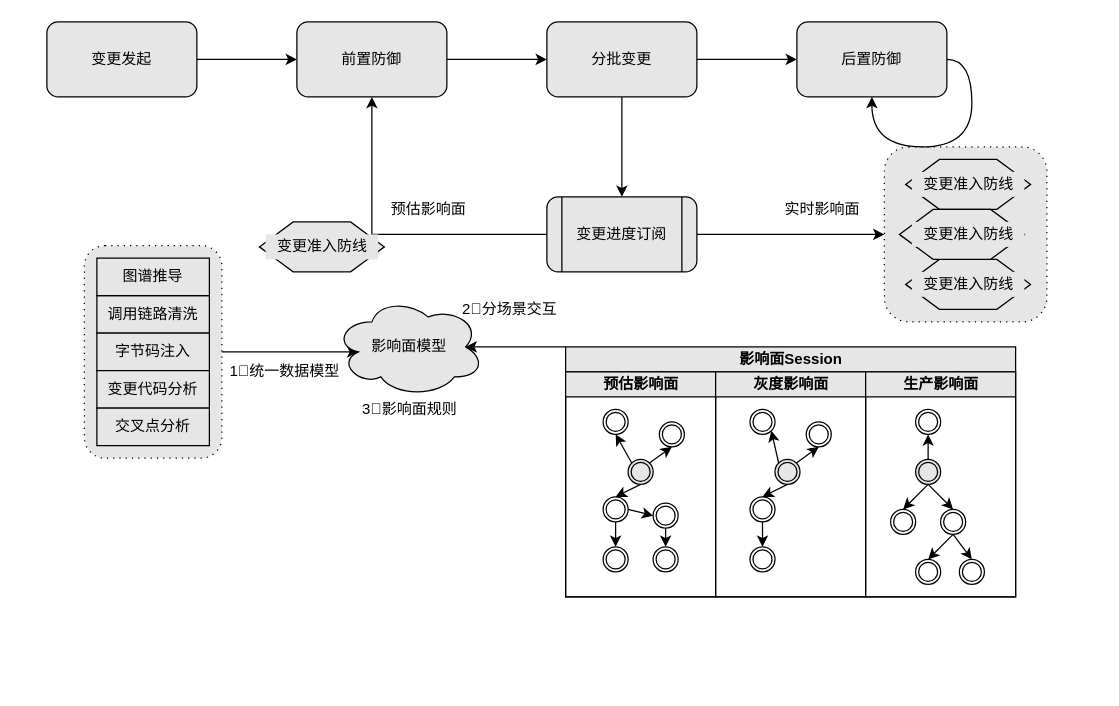
Earlier version of the draw.io diagram 蚂蚁金服/RMC/蚂蚁金服-RMC-[20200820]自动影响面.drawio (frankneu/draw.io). Source tidied: cells renumbered, new cells numbered last; positions are measured from the earlier drawing's top-left corner, leaving out a move shared by most shapes. Both pictures are drawn from the tidied source at 125%, with x=0, y=0 at pixel (46, 21).
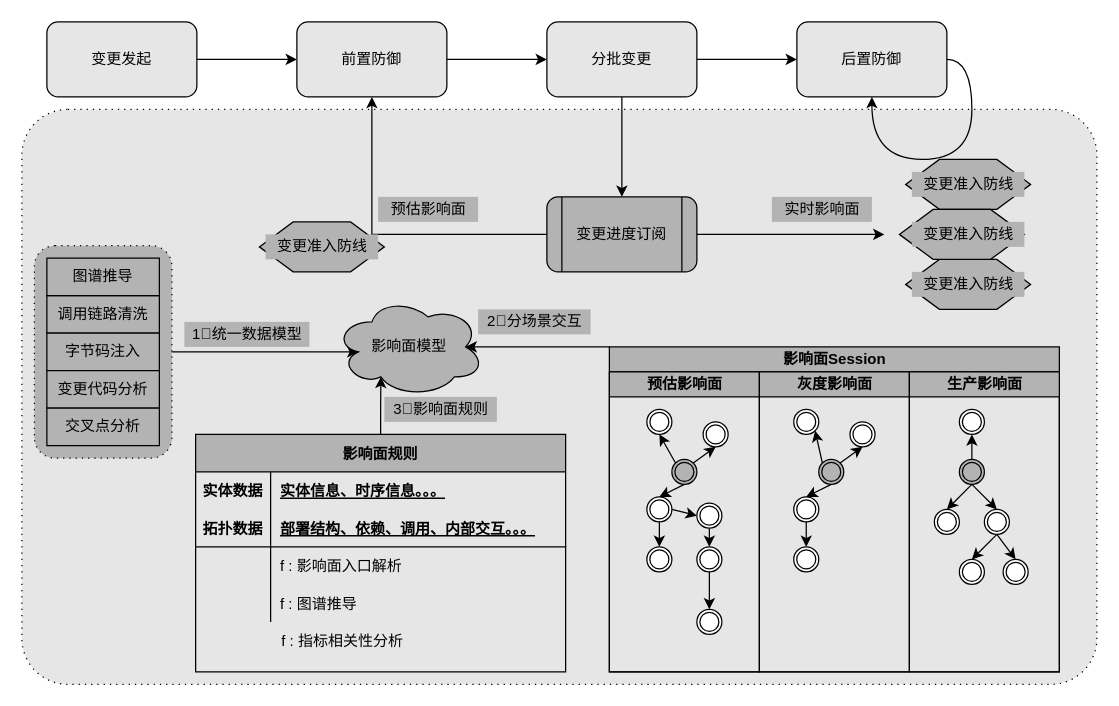
The same page after the edit.

Commit message (it also covers changes not shown here):
Update 蚂蚁金服-RMC-[20200820]自动影响面.drawio

The change refers to these unchanged cells:
```xml
<mxCell id="12" value="后置防御" style="rounded=1;whiteSpace=wrap;html=1;fillColor=#E6E6E6;" parent="1" vertex="1">
  <mxGeometry x="600" width="120" height="60" as="geometry" />
</mxCell>
<mxCell id="46" style="shape=mxgraph.bpmn.shape;html=1;verticalLabelPosition=bottom;labelBackgroundColor=#ffffff;verticalAlign=top;align=center;perimeter=ellipsePerimeter;outlineConnect=0;outline=throwing;symbol=general;fillColor=#FFFFFF;" parent="36" vertex="1">
  <mxGeometry x="70" y="140" width="20" height="20" as="geometry" />
</mxCell>
```

Change to the diagram source:
```diff
@@
+    <mxCell id="74" style="shape=ext;rounded=1;html=1;whiteSpace=wrap;dashed=1;dashPattern=1 4;fillColor=#E6E6E6;arcSize=8;" parent="1" vertex="1">
+      <mxGeometry x="-20" y="70" width="860" height="460" as="geometry" />
+    </mxCell>
-    <mxCell id="2" style="edgeStyle=orthogonalEdgeStyle;rounded=0;jettySize=auto;html=1;exitX=1;exitY=0.5;exitDx=0;exitDy=0;entryX=0.16;entryY=0.55;entryDx=0;entryDy=0;entryPerimeter=0;fillColor=#FFFFFF;" parent="1" edge="1" source="3" target="31">
+    <mxCell id="2" style="edgeStyle=orthogonalEdgeStyle;rounded=0;jettySize=auto;html=1;exitX=1;exitY=0.5;exitDx=0;exitDy=0;entryX=0.16;entryY=0.55;entryDx=0;entryDy=0;entryPerimeter=0;fillColor=#B3B3B3;" parent="1" edge="1" source="3" target="31">
       <mxGeometry relative="1" as="geometry" />
     </mxCell>
-    <mxCell id="3" style="shape=ext;rounded=1;html=1;whiteSpace=wrap;dashed=1;dashPattern=1 4;fillColor=#E6E6E6;" parent="1" vertex="1">
-      <mxGeometry x="30" y="179" width="110" height="170" as="geometry" />
+    <mxCell id="3" style="shape=ext;rounded=1;html=1;whiteSpace=wrap;dashed=1;dashPattern=1 4;fillColor=#B3B3B3;" parent="1" vertex="1">
+      <mxGeometry x="-10" y="179" width="110" height="170" as="geometry" />
     </mxCell>
-    <mxCell id="4" style="shape=ext;rounded=1;html=1;whiteSpace=wrap;dashed=1;dashPattern=1 4;fillColor=#E6E6E6;" parent="1" vertex="1">
-      <mxGeometry x="670" y="100" width="130" height="140" as="geometry" />
-    </mxCell>
@@
-    <mxCell id="14" style="edgeStyle=orthogonalEdgeStyle;curved=1;rounded=0;jettySize=auto;html=1;exitX=1;exitY=0.5;exitDx=0;exitDy=0;entryX=0;entryY=0.5;entryDx=0;entryDy=0;fillColor=#E6E6E6;" parent="1" edge="1" source="15" target="4">
-      <mxGeometry relative="1" as="geometry" />
+    <mxCell id="14" style="edgeStyle=orthogonalEdgeStyle;curved=1;rounded=0;jettySize=auto;html=1;exitX=1;exitY=0.5;exitDx=0;exitDy=0;entryX=0;entryY=0.5;entryDx=0;entryDy=0;fillColor=#B3B3B3;" parent="1" edge="1" source="15">
+      <mxGeometry relative="1" as="geometry">
+        <mxPoint x="670" y="170" as="targetPoint" />
+      </mxGeometry>
     </mxCell>
-    <mxCell id="15" value="变更进度订阅" style="shape=process;whiteSpace=wrap;html=1;backgroundOutline=1;rounded=1;fillColor=#E6E6E6;" parent="1" vertex="1">
+    <mxCell id="15" value="变更进度订阅" style="shape=process;whiteSpace=wrap;html=1;backgroundOutline=1;rounded=1;fillColor=#B3B3B3;" parent="1" vertex="1">
       <mxGeometry x="400" y="140" width="120" height="60" as="geometry" />
     </mxCell>
-    <mxCell id="16" style="verticalLabelPosition=bottom;verticalAlign=top;html=1;shape=hexagon;perimeter=hexagonPerimeter2;arcSize=6;size=0.27;fillColor=#E6E6E6;" parent="1" vertex="1">
+    <mxCell id="16" style="verticalLabelPosition=bottom;verticalAlign=top;html=1;shape=hexagon;perimeter=hexagonPerimeter2;arcSize=6;size=0.27;fillColor=#B3B3B3;" parent="1" vertex="1">
       <mxGeometry x="170" y="160" width="100" height="40" as="geometry" />
     </mxCell>
-    <mxCell id="17" value="变更准入防线" style="text;html=1;align=center;verticalAlign=middle;fillColor=#E6E6E6;" parent="1" vertex="1">
+    <mxCell id="17" value="变更准入防线" style="text;html=1;align=center;verticalAlign=middle;fillColor=#B3B3B3;" parent="1" vertex="1">
       <mxGeometry x="175" y="170" width="90" height="20" as="geometry" />
     </mxCell>
-    <mxCell id="18" style="verticalLabelPosition=bottom;verticalAlign=top;html=1;shape=hexagon;perimeter=hexagonPerimeter2;arcSize=6;size=0.27;fillColor=#E6E6E6;" parent="1" vertex="1">
+    <mxCell id="18" style="verticalLabelPosition=bottom;verticalAlign=top;html=1;shape=hexagon;perimeter=hexagonPerimeter2;arcSize=6;size=0.27;fillColor=#B3B3B3;" parent="1" vertex="1">
       <mxGeometry x="687" y="110" width="100" height="40" as="geometry" />
     </mxCell>
-    <mxCell id="19" value="变更准入防线" style="text;html=1;align=center;verticalAlign=middle;fillColor=#E6E6E6;" parent="1" vertex="1">
+    <mxCell id="19" value="变更准入防线" style="text;html=1;align=center;verticalAlign=middle;fillColor=#B3B3B3;" parent="1" vertex="1">
       <mxGeometry x="692" y="120" width="90" height="20" as="geometry" />
     </mxCell>
-    <mxCell id="20" style="verticalLabelPosition=bottom;verticalAlign=top;html=1;shape=hexagon;perimeter=hexagonPerimeter2;arcSize=6;size=0.27;fillColor=#E6E6E6;" parent="1" vertex="1">
+    <mxCell id="20" style="verticalLabelPosition=bottom;verticalAlign=top;html=1;shape=hexagon;perimeter=hexagonPerimeter2;arcSize=6;size=0.27;fillColor=#B3B3B3;" parent="1" vertex="1">
       <mxGeometry x="687" y="190" width="100" height="40" as="geometry" />
     </mxCell>
-    <mxCell id="21" value="变更准入防线" style="text;html=1;align=center;verticalAlign=middle;fillColor=#E6E6E6;" parent="1" vertex="1">
+    <mxCell id="21" value="变更准入防线" style="text;html=1;align=center;verticalAlign=middle;fillColor=#B3B3B3;" parent="1" vertex="1">
       <mxGeometry x="692" y="200" width="90" height="20" as="geometry" />
     </mxCell>
-    <mxCell id="22" style="verticalLabelPosition=bottom;verticalAlign=top;html=1;shape=hexagon;perimeter=hexagonPerimeter2;arcSize=6;size=0.27;fillColor=#E6E6E6;" parent="1" vertex="1">
+    <mxCell id="22" style="verticalLabelPosition=bottom;verticalAlign=top;html=1;shape=hexagon;perimeter=hexagonPerimeter2;arcSize=6;size=0.27;fillColor=#B3B3B3;" parent="1" vertex="1">
       <mxGeometry x="682" y="150" width="100" height="40" as="geometry" />
     </mxCell>
-    <mxCell id="23" value="变更准入防线" style="text;html=1;align=center;verticalAlign=middle;fillColor=#E6E6E6;" parent="1" vertex="1">
+    <mxCell id="23" value="变更准入防线" style="text;html=1;align=center;verticalAlign=middle;fillColor=#B3B3B3;" parent="1" vertex="1">
       <mxGeometry x="692" y="160" width="90" height="20" as="geometry" />
     </mxCell>
     <mxCell id="24" style="edgeStyle=orthogonalEdgeStyle;rounded=0;orthogonalLoop=1;jettySize=auto;html=1;exitX=1;exitY=0.5;exitDx=0;exitDy=0;entryX=0.5;entryY=1;entryDx=0;entryDy=0;curved=1;fillColor=#E6E6E6;" parent="1" edge="1" source="12" target="12">
       <mxGeometry relative="1" as="geometry">
         <Array as="points">
           <mxPoint x="740" y="30" />
-          <mxPoint x="740" y="100" />
-          <mxPoint x="660" y="100" />
+          <mxPoint x="740" y="110" />
+          <mxPoint x="660" y="110" />
         </Array>
       </mxGeometry>
     </mxCell>
-    <mxCell id="25" value="调用链路清洗" style="rounded=0;whiteSpace=wrap;html=1;fillColor=#E6E6E6;" parent="1" vertex="1">
-      <mxGeometry x="40" y="219" width="90" height="30" as="geometry" />
+    <mxCell id="25" value="调用链路清洗" style="rounded=0;whiteSpace=wrap;html=1;fillColor=#B3B3B3;" parent="1" vertex="1">
+      <mxGeometry y="219" width="90" height="30" as="geometry" />
     </mxCell>
-    <mxCell id="26" value="字节码注入" style="rounded=0;whiteSpace=wrap;html=1;fillColor=#E6E6E6;" parent="1" vertex="1">
-      <mxGeometry x="40" y="249" width="90" height="30" as="geometry" />
+    <mxCell id="26" value="字节码注入" style="rounded=0;whiteSpace=wrap;html=1;fillColor=#B3B3B3;" parent="1" vertex="1">
+      <mxGeometry y="249" width="90" height="30" as="geometry" />
     </mxCell>
-    <mxCell id="27" value="变更代码分析" style="rounded=0;whiteSpace=wrap;html=1;fillColor=#E6E6E6;" parent="1" vertex="1">
-      <mxGeometry x="40" y="279" width="90" height="30" as="geometry" />
+    <mxCell id="27" value="变更代码分析" style="rounded=0;whiteSpace=wrap;html=1;fillColor=#B3B3B3;" parent="1" vertex="1">
+      <mxGeometry y="279" width="90" height="30" as="geometry" />
     </mxCell>
-    <mxCell id="28" value="交叉点分析" style="rounded=0;whiteSpace=wrap;html=1;fillColor=#E6E6E6;" parent="1" vertex="1">
-      <mxGeometry x="40" y="309" width="90" height="30" as="geometry" />
+    <mxCell id="28" value="交叉点分析" style="rounded=0;whiteSpace=wrap;html=1;fillColor=#B3B3B3;" parent="1" vertex="1">
+      <mxGeometry y="309" width="90" height="30" as="geometry" />
     </mxCell>
-    <mxCell id="29" value="图谱推导" style="rounded=0;whiteSpace=wrap;html=1;fillColor=#E6E6E6;" parent="1" vertex="1">
-      <mxGeometry x="40" y="189" width="90" height="30" as="geometry" />
+    <mxCell id="29" value="图谱推导" style="rounded=0;whiteSpace=wrap;html=1;fillColor=#B3B3B3;" parent="1" vertex="1">
+      <mxGeometry y="189" width="90" height="30" as="geometry" />
     </mxCell>
-    <mxCell id="30" style="edgeStyle=orthogonalEdgeStyle;rounded=0;jettySize=auto;html=1;exitX=0;exitY=0;exitDx=0;exitDy=0;entryX=0.875;entryY=0.5;entryDx=0;entryDy=0;entryPerimeter=0;fillColor=#FFFFFF;" parent="1" edge="1" source="35" target="31">
+    <mxCell id="30" style="edgeStyle=orthogonalEdgeStyle;rounded=0;jettySize=auto;html=1;exitX=0;exitY=0;exitDx=0;exitDy=0;entryX=0.875;entryY=0.5;entryDx=0;entryDy=0;entryPerimeter=0;fillColor=#B3B3B3;" parent="1" edge="1" source="35" target="31">
       <mxGeometry relative="1" as="geometry">
         <Array as="points">
           <mxPoint x="400" y="260" />
           <mxPoint x="400" y="260" />
         </Array>
       </mxGeometry>
     </mxCell>
-    <mxCell id="31" value="影响面模型" style="ellipse;shape=cloud;whiteSpace=wrap;html=1;fillColor=#E6E6E6;" parent="1" vertex="1">
+    <mxCell id="31" value="影响面模型" style="ellipse;shape=cloud;whiteSpace=wrap;html=1;fillColor=#B3B3B3;" parent="1" vertex="1">
       <mxGeometry x="230" y="220" width="120" height="80" as="geometry" />
     </mxCell>
-    <mxCell id="32" value="1⃣️统一数据模型" style="text;html=1;align=center;verticalAlign=middle;" parent="1" vertex="1">
-      <mxGeometry x="140" y="270" width="100" height="20" as="geometry" />
+    <mxCell id="32" value="1⃣️统一数据模型" style="text;html=1;align=center;verticalAlign=middle;fillColor=#B3B3B3;" parent="1" vertex="1">
+      <mxGeometry x="110" y="240" width="100" height="20" as="geometry" />
     </mxCell>
-    <mxCell id="33" value="2⃣️分场景交互" style="text;html=1;align=center;verticalAlign=middle;" parent="1" vertex="1">
-      <mxGeometry x="325" y="220" width="90" height="20" as="geometry" />
+    <mxCell id="33" value="2⃣️分场景交互" style="text;html=1;align=center;verticalAlign=middle;fillColor=#B3B3B3;" parent="1" vertex="1">
+      <mxGeometry x="345" y="230" width="90" height="20" as="geometry" />
     </mxCell>
-    <mxCell id="34" value="3⃣️影响面规则" style="text;html=1;align=center;verticalAlign=middle;" parent="1" vertex="1">
-      <mxGeometry x="245" y="300" width="90" height="20" as="geometry" />
+    <mxCell id="34" value="3⃣️影响面规则" style="text;html=1;align=center;verticalAlign=middle;fillColor=#B3B3B3;" parent="1" vertex="1">
+      <mxGeometry x="270" y="300" width="90" height="20" as="geometry" />
     </mxCell>
+    <mxCell id="72" value="预估影响面" style="text;html=1;align=center;verticalAlign=middle;fillColor=#B3B3B3;" parent="1" vertex="1">
+      <mxGeometry x="265" y="140" width="80" height="20" as="geometry" />
+    </mxCell>
+    <mxCell id="73" value="实时影响面" style="text;html=1;align=center;verticalAlign=middle;fillColor=#B3B3B3;" parent="1" vertex="1">
+      <mxGeometry x="580" y="140" width="80" height="20" as="geometry" />
+    </mxCell>
+    <mxCell id="75" style="shape=partialRectangle;fillColor=none;top=0;left=0;bottom=0;right=0;" parent="1" vertex="1">
+      <mxGeometry x="120" y="480" width="296" height="30" as="geometry" />
+    </mxCell>
+    <mxCell id="76" style="shape=partialRectangle;fillColor=none;top=0;left=0;bottom=0;right=0;overflow=hidden;" parent="75" vertex="1">
+      <mxGeometry width="60" height="30" as="geometry" />
+    </mxCell>
+    <mxCell id="77" value="f : 指标相关性分析" style="shape=partialRectangle;fillColor=none;top=0;left=0;bottom=0;right=0;align=left;spacingLeft=6;overflow=hidden;" parent="75" vertex="1">
+      <mxGeometry x="60" width="236" height="30" as="geometry" />
+    </mxCell>
-    <mxCell id="35" value="影响面Session" style="swimlane;html=1;startSize=20;fillColor=#E6E6E6;" parent="1" vertex="1">
-      <mxGeometry x="415" y="260" width="360" height="200" as="geometry" />
+    <mxCell id="35" value="影响面Session" style="swimlane;html=1;startSize=20;fillColor=#B3B3B3;" parent="1" vertex="1">
+      <mxGeometry x="450" y="260" width="360" height="260" as="geometry" />
     </mxCell>
-    <mxCell id="36" value="预估影响面" style="swimlane;html=1;startSize=20;fillColor=#E6E6E6;" parent="35" vertex="1">
-      <mxGeometry y="20" width="120" height="180" as="geometry" />
+    <mxCell id="36" value="预估影响面" style="swimlane;html=1;startSize=20;fillColor=#B3B3B3;" parent="35" vertex="1">
+      <mxGeometry y="20" width="120" height="240" as="geometry" />
     </mxCell>
@@
-    <mxCell id="49" style="shape=mxgraph.bpmn.shape;html=1;verticalLabelPosition=bottom;labelBackgroundColor=#ffffff;verticalAlign=top;align=center;perimeter=ellipsePerimeter;outlineConnect=0;outline=throwing;symbol=general;fillColor=#E6E6E6;" parent="36" vertex="1">
+    <mxCell id="49" style="shape=mxgraph.bpmn.shape;html=1;verticalLabelPosition=bottom;labelBackgroundColor=#ffffff;verticalAlign=top;align=center;perimeter=ellipsePerimeter;outlineConnect=0;outline=throwing;symbol=general;fillColor=#B3B3B3;" parent="36" vertex="1">
       <mxGeometry x="50" y="70" width="20" height="20" as="geometry" />
     </mxCell>
-    <mxCell id="50" value="灰度影响面" style="swimlane;html=1;startSize=20;fillColor=#E6E6E6;" parent="35" vertex="1">
-      <mxGeometry x="120" y="20" width="120" height="180" as="geometry" />
+    <mxCell id="50" value="灰度影响面" style="swimlane;html=1;startSize=20;fillColor=#B3B3B3;" parent="35" vertex="1">
+      <mxGeometry x="120" y="20" width="120" height="240" as="geometry" />
     </mxCell>
@@
-    <mxCell id="59" style="shape=mxgraph.bpmn.shape;html=1;verticalLabelPosition=bottom;labelBackgroundColor=#ffffff;verticalAlign=top;align=center;perimeter=ellipsePerimeter;outlineConnect=0;outline=throwing;symbol=general;fillColor=#E6E6E6;" parent="50" vertex="1">
+    <mxCell id="59" style="shape=mxgraph.bpmn.shape;html=1;verticalLabelPosition=bottom;labelBackgroundColor=#ffffff;verticalAlign=top;align=center;perimeter=ellipsePerimeter;outlineConnect=0;outline=throwing;symbol=general;fillColor=#B3B3B3;" parent="50" vertex="1">
       <mxGeometry x="47.5" y="70" width="20" height="20" as="geometry" />
     </mxCell>
-    <mxCell id="60" value="生产影响面" style="swimlane;html=1;startSize=20;fillColor=#E6E6E6;" parent="35" vertex="1">
-      <mxGeometry x="240" y="20" width="120" height="180" as="geometry" />
+    <mxCell id="60" value="生产影响面" style="swimlane;html=1;startSize=20;fillColor=#B3B3B3;" parent="35" vertex="1">
+      <mxGeometry x="240" y="20" width="120" height="240" as="geometry" />
     </mxCell>
@@
-    <mxCell id="64" style="shape=mxgraph.bpmn.shape;html=1;verticalLabelPosition=bottom;labelBackgroundColor=#ffffff;verticalAlign=top;align=center;perimeter=ellipsePerimeter;outlineConnect=0;outline=throwing;symbol=general;fillColor=#E6E6E6;" parent="60" vertex="1">
+    <mxCell id="64" style="shape=mxgraph.bpmn.shape;html=1;verticalLabelPosition=bottom;labelBackgroundColor=#ffffff;verticalAlign=top;align=center;perimeter=ellipsePerimeter;outlineConnect=0;outline=throwing;symbol=general;fillColor=#B3B3B3;" parent="60" vertex="1">
       <mxGeometry x="40" y="70" width="20" height="20" as="geometry" />
     </mxCell>
@@
-    <mxCell id="72" value="预估影响面" style="text;html=1;align=center;verticalAlign=middle;" parent="1" vertex="1">
-      <mxGeometry x="265" y="140" width="80" height="20" as="geometry" />
-    </mxCell>
-    <mxCell id="73" value="实时影响面" style="text;html=1;align=center;verticalAlign=middle;" parent="1" vertex="1">
-      <mxGeometry x="580" y="140" width="80" height="20" as="geometry" />
-    </mxCell>
+    <mxCell id="78" style="edgeStyle=orthogonalEdgeStyle;rounded=0;jettySize=auto;html=1;exitX=0.5;exitY=0;exitDx=0;exitDy=0;entryX=0.31;entryY=0.8;entryDx=0;entryDy=0;entryPerimeter=0;fillColor=#FFFFFF;" parent="1" edge="1" source="79" target="31">
+      <mxGeometry relative="1" as="geometry" />
+    </mxCell>
+    <mxCell id="79" value="影响面规则" style="shape=table;startSize=30;childLayout=tableLayout;rowLines=0;fontStyle=1;align=center;fillColor=#B3B3B3;" parent="1" vertex="1">
+      <mxGeometry x="119" y="330" width="296" height="190" as="geometry" />
+    </mxCell>
+    <mxCell id="80" style="shape=partialRectangle;fillColor=none;top=0;left=0;bottom=0;right=0;" parent="79" vertex="1">
+      <mxGeometry y="30" width="296" height="30" as="geometry" />
+    </mxCell>
+    <mxCell id="81" value="实体数据" style="shape=partialRectangle;fillColor=none;top=0;left=0;bottom=0;right=0;fontStyle=1;overflow=hidden;" parent="80" vertex="1">
+      <mxGeometry width="60" height="30" as="geometry" />
+    </mxCell>
+    <mxCell id="82" value="实体信息、时序信息。。。" style="shape=partialRectangle;fillColor=none;top=0;left=0;bottom=0;right=0;align=left;spacingLeft=6;fontStyle=5;overflow=hidden;" parent="80" vertex="1">
+      <mxGeometry x="60" width="236" height="30" as="geometry" />
+    </mxCell>
+    <mxCell id="83" style="shape=partialRectangle;fillColor=none;top=0;left=0;bottom=1;right=0;" parent="79" vertex="1">
+      <mxGeometry y="60" width="296" height="30" as="geometry" />
+    </mxCell>
+    <mxCell id="84" value="拓扑数据" style="shape=partialRectangle;fillColor=none;top=0;left=0;bottom=0;right=0;fontStyle=1;overflow=hidden;" parent="83" vertex="1">
+      <mxGeometry width="60" height="30" as="geometry" />
+    </mxCell>
+    <mxCell id="85" value="部署结构、依赖、调用、内部交互。。。" style="shape=partialRectangle;fillColor=none;top=0;left=0;bottom=0;right=0;align=left;spacingLeft=6;fontStyle=5;overflow=hidden;" parent="83" vertex="1">
+      <mxGeometry x="60" width="236" height="30" as="geometry" />
+    </mxCell>
+    <mxCell id="86" style="shape=partialRectangle;fillColor=none;top=0;left=0;bottom=0;right=0;" parent="79" vertex="1">
+      <mxGeometry y="90" width="296" height="30" as="geometry" />
+    </mxCell>
+    <mxCell id="87" style="shape=partialRectangle;fillColor=none;top=0;left=0;bottom=0;right=0;overflow=hidden;" parent="86" vertex="1">
+      <mxGeometry width="60" height="30" as="geometry" />
+    </mxCell>
+    <mxCell id="88" value="f : 影响面入口解析" style="shape=partialRectangle;fillColor=none;top=0;left=0;bottom=0;right=0;align=left;spacingLeft=6;overflow=hidden;" parent="86" vertex="1">
+      <mxGeometry x="60" width="236" height="30" as="geometry" />
+    </mxCell>
+    <mxCell id="89" style="shape=partialRectangle;fillColor=none;top=0;left=0;bottom=0;right=0;" parent="79" vertex="1">
+      <mxGeometry y="120" width="296" height="30" as="geometry" />
+    </mxCell>
+    <mxCell id="90" style="shape=partialRectangle;fillColor=none;top=0;left=0;bottom=0;right=0;overflow=hidden;" parent="89" vertex="1">
+      <mxGeometry width="60" height="30" as="geometry" />
+    </mxCell>
+    <mxCell id="91" value="f : 图谱推导" style="shape=partialRectangle;fillColor=none;top=0;left=0;bottom=0;right=0;align=left;spacingLeft=6;overflow=hidden;" parent="89" vertex="1">
+      <mxGeometry x="60" width="236" height="30" as="geometry" />
+    </mxCell>
+    <mxCell id="92" style="shape=mxgraph.bpmn.shape;html=1;verticalLabelPosition=bottom;labelBackgroundColor=#ffffff;verticalAlign=top;align=center;perimeter=ellipsePerimeter;outlineConnect=0;outline=throwing;symbol=general;fillColor=#FFFFFF;" parent="1" vertex="1">
+      <mxGeometry x="520" y="470" width="20" height="20" as="geometry" />
+    </mxCell>
+    <mxCell id="93" style="edgeStyle=orthogonalEdgeStyle;rounded=0;jettySize=auto;html=1;exitX=0.5;exitY=1;exitDx=0;exitDy=0;fillColor=#FFFFFF;" parent="1" edge="1" source="46" target="92">
+      <mxGeometry relative="1" as="geometry" />
+    </mxCell>
```
